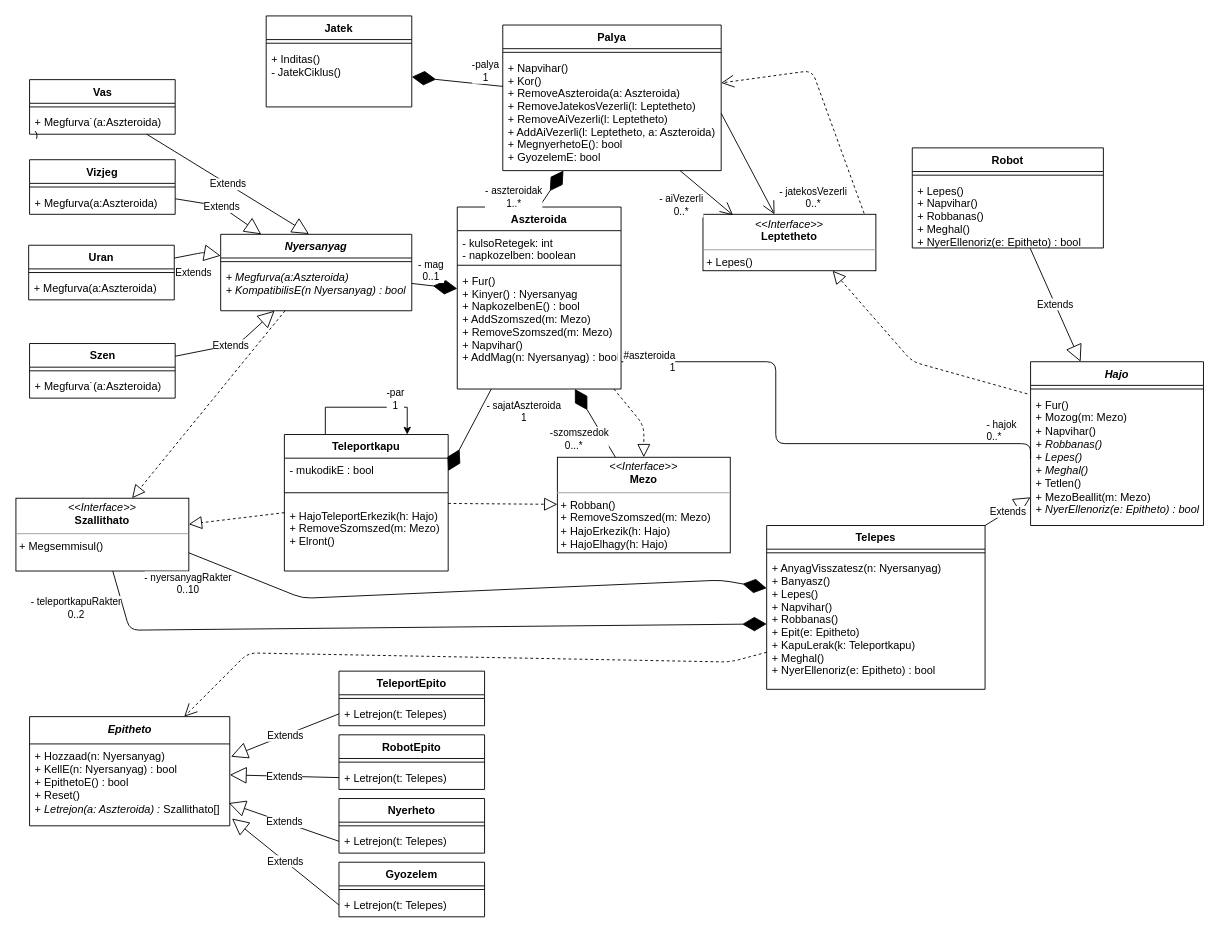
The draw.io diagram doc/uml/class.drawio in torpeBoiGo/aszteroidabanyaszat, before the edit. Source tidied: cells renumbered, new cells numbered last; positions are measured from the earlier drawing's top-left corner, leaving out a move shared by most shapes. Both pictures are drawn from the tidied source at 91%, with x=0, y=0 at pixel (15, 15).
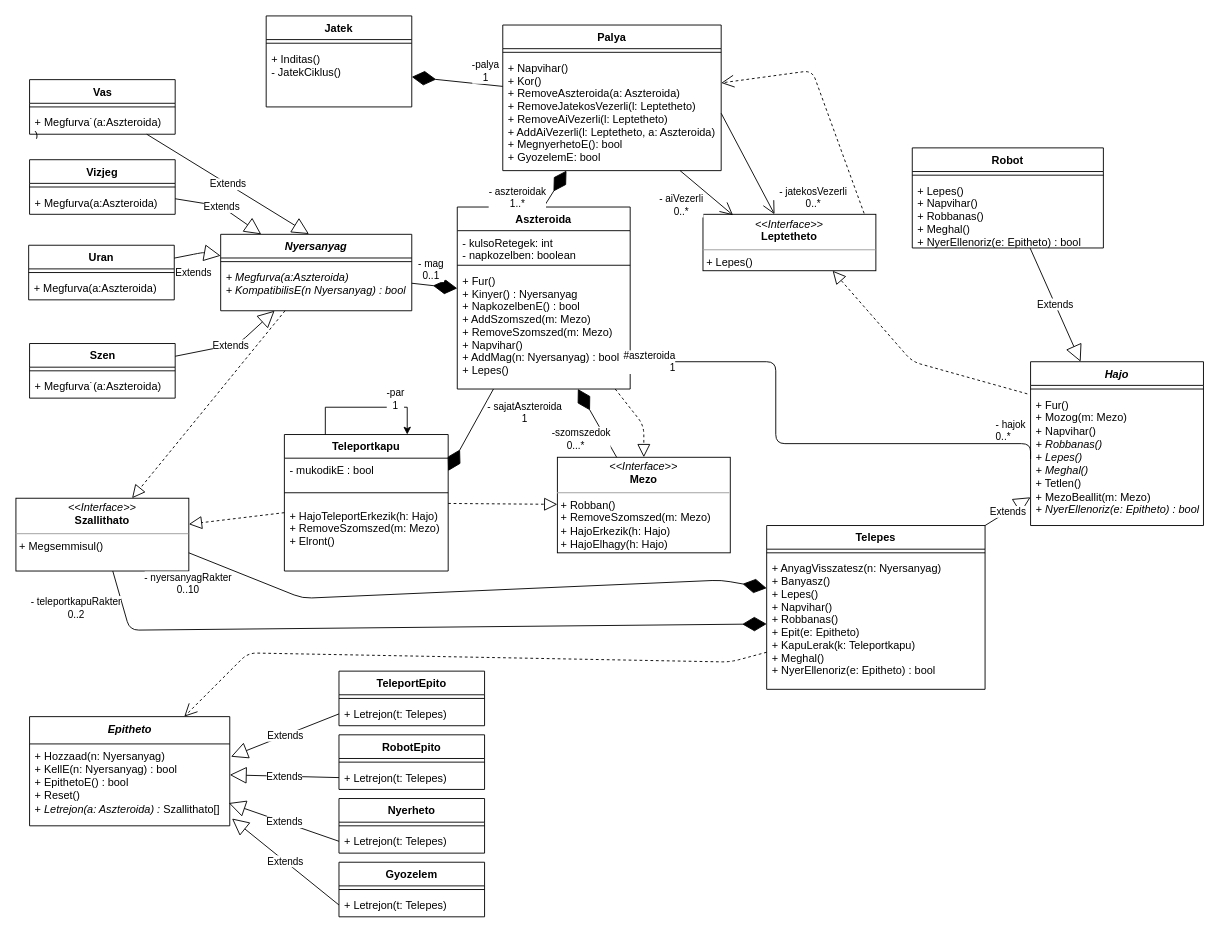
After the change.

Commit message:
Aszteroida Lepes()

Diff of the diagram source:
```diff
@@
     <mxCell id="9" value="Aszteroida" style="swimlane;fontStyle=1;align=center;verticalAlign=top;horizontal=1;startSize=26;" parent="1" vertex="1">
-      <mxGeometry x="485" y="210" width="180" height="200" as="geometry" />
+      <mxGeometry x="485" y="210" width="190" height="200" as="geometry" />
     </mxCell>
     <mxCell id="10" value="- kulsoRetegek: int&#10;- napkozelben: boolean" style="text;strokeColor=none;fillColor=none;align=left;verticalAlign=top;spacingLeft=4;spacingRight=4;overflow=hidden;" parent="9" vertex="1">
-      <mxGeometry y="26" width="180" height="34" as="geometry" />
+      <mxGeometry y="26" width="190" height="34" as="geometry" />
     </mxCell>
     <mxCell id="11" style="line;strokeWidth=1;fillColor=none;align=left;verticalAlign=middle;spacingTop=-1;spacingLeft=3;spacingRight=3;labelPosition=right;" parent="9" vertex="1">
-      <mxGeometry y="60" width="180" height="8" as="geometry" />
+      <mxGeometry y="60" width="190" height="8" as="geometry" />
     </mxCell>
-    <mxCell id="12" value="+ Fur()&#10;+ Kinyer() : Nyersanyag&#10;+ NapkozelbenE() : bool&#10;+ AddSzomszed(m: Mezo)&#10;+ RemoveSzomszed(m: Mezo)&#10;+ Napvihar()&#10;+ AddMag(n: Nyersanyag) : bool" style="text;strokeColor=none;fillColor=none;align=left;verticalAlign=top;spacingLeft=4;spacingRight=4;overflow=hidden;points=[[0,0.5],[1,0.5]];portConstraint=eastwest;" parent="9" vertex="1">
-      <mxGeometry y="68" width="180" height="132" as="geometry" />
+    <mxCell id="12" value="+ Fur()&#10;+ Kinyer() : Nyersanyag&#10;+ NapkozelbenE() : bool&#10;+ AddSzomszed(m: Mezo)&#10;+ RemoveSzomszed(m: Mezo)&#10;+ Napvihar()&#10;+ AddMag(n: Nyersanyag) : bool&#10;+ Lepes()" style="text;strokeColor=none;fillColor=none;align=left;verticalAlign=top;spacingLeft=4;spacingRight=4;overflow=hidden;points=[[0,0.5],[1,0.5]];portConstraint=eastwest;" parent="9" vertex="1">
+      <mxGeometry y="68" width="190" height="132" as="geometry" />
     </mxCell>
```
